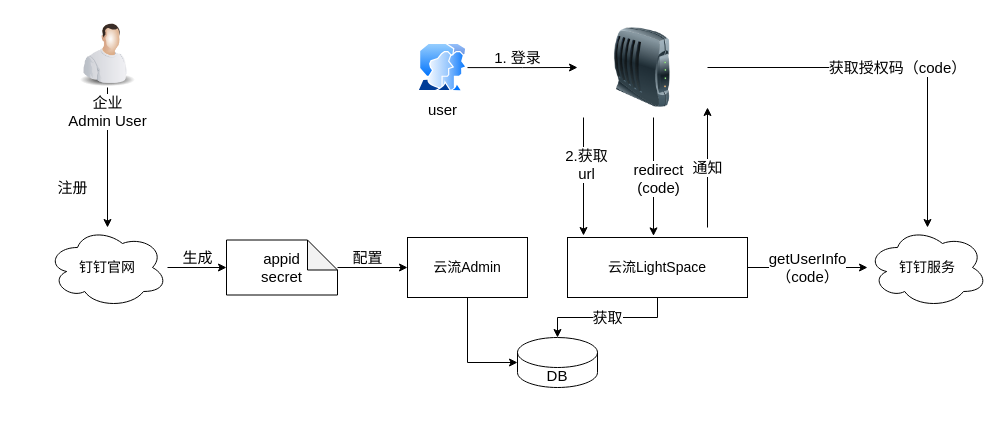
Before: Untitled Diagram.drawio in chenkangzeng/appstreaming, a draw.io diagram. Source tidied: cells renumbered, new cells numbered last; positions are measured from the earlier drawing's top-left corner, leaving out a move shared by most shapes. Both pictures are drawn from the tidied source at 100%, with x=0, y=0 at pixel (47, 17).
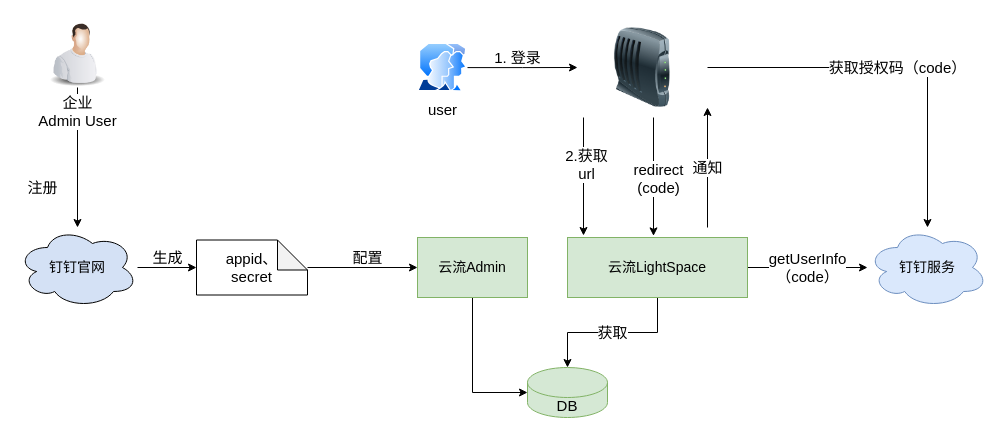
The same page after the edit.

What changed in the source:
```diff
@@
-    <mxCell id="3" value="钉钉官网" style="ellipse;shape=cloud;whiteSpace=wrap;html=1;fontSize=14;" parent="1" vertex="1">
-      <mxGeometry y="210" width="120" height="80" as="geometry" />
+    <mxCell id="3" value="钉钉官网" style="ellipse;shape=cloud;whiteSpace=wrap;html=1;fontSize=14;fillColor=#D4E1F5;" parent="1" vertex="1">
+      <mxGeometry x="-30" y="210" width="120" height="80" as="geometry" />
     </mxCell>
@@
-    <mxCell id="5" value="appid&lt;br style=&quot;font-size: 15px;&quot;&gt;secret" style="shape=note;whiteSpace=wrap;html=1;backgroundOutline=1;darkOpacity=0.05;fontSize=15;" parent="1" vertex="1">
-      <mxGeometry x="179" y="222.5" width="111" height="55" as="geometry" />
+    <mxCell id="5" value="appid、&lt;br&gt;secret" style="shape=note;whiteSpace=wrap;html=1;backgroundOutline=1;darkOpacity=0.05;fontSize=15;" parent="1" vertex="1">
+      <mxGeometry x="149" y="222.5" width="111" height="55" as="geometry" />
     </mxCell>
@@
-    <mxCell id="7" value="云流Admin" style="rounded=0;whiteSpace=wrap;html=1;fontSize=14;" parent="1" vertex="1">
-      <mxGeometry x="360" y="220" width="120" height="60" as="geometry" />
+    <mxCell id="7" value="云流Admin" style="rounded=0;whiteSpace=wrap;html=1;fontSize=14;fillColor=#d5e8d4;strokeColor=#82b366;" parent="1" vertex="1">
+      <mxGeometry x="370" y="220" width="110" height="60" as="geometry" />
     </mxCell>
@@
-    <mxCell id="10" value="云流LightSpace" style="rounded=0;whiteSpace=wrap;html=1;fontSize=14;" parent="1" vertex="1">
+    <mxCell id="10" value="云流LightSpace" style="rounded=0;whiteSpace=wrap;html=1;fontSize=14;fillColor=#d5e8d4;strokeColor=#82b366;" parent="1" vertex="1">
       <mxGeometry x="520" y="220" width="180" height="60" as="geometry" />
     </mxCell>
-    <mxCell id="11" value="DB" style="shape=cylinder3;whiteSpace=wrap;html=1;boundedLbl=1;backgroundOutline=1;size=15;fontSize=15;" parent="1" vertex="1">
-      <mxGeometry x="470" y="320" width="80" height="50" as="geometry" />
+    <mxCell id="11" value="DB" style="shape=cylinder3;whiteSpace=wrap;html=1;boundedLbl=1;backgroundOutline=1;size=15;fontSize=15;fillColor=#d5e8d4;strokeColor=#82b366;" parent="1" vertex="1">
+      <mxGeometry x="480" y="350" width="80" height="50" as="geometry" />
     </mxCell>
-    <mxCell id="12" value="钉钉服务" style="ellipse;shape=cloud;whiteSpace=wrap;html=1;fontSize=14;" parent="1" vertex="1">
+    <mxCell id="12" value="钉钉服务" style="ellipse;shape=cloud;whiteSpace=wrap;html=1;fontSize=14;fillColor=#dae8fc;strokeColor=#6c8ebf;" parent="1" vertex="1">
       <mxGeometry x="820" y="210" width="120" height="80" as="geometry" />
     </mxCell>
@@
     <mxCell id="18" value="企业&lt;br&gt;Admin User" style="image;html=1;image=img/lib/clip_art/people/Worker_Man_128x128.png;fontSize=15;" parent="1" vertex="1">
-      <mxGeometry x="20" width="80" height="70" as="geometry" />
+      <mxGeometry x="-10" width="80" height="70" as="geometry" />
     </mxCell>
     <mxCell id="19" value="注册" style="text;html=1;align=center;verticalAlign=middle;fontSize=15;" parent="1" vertex="1">
-      <mxGeometry y="160" width="50" height="20" as="geometry" />
+      <mxGeometry x="-30" y="160" width="50" height="20" as="geometry" />
     </mxCell>
     <mxCell id="20" value="生成" style="text;html=1;align=center;verticalAlign=middle;fontSize=15;" parent="1" vertex="1">
-      <mxGeometry x="125" y="230" width="50" height="20" as="geometry" />
+      <mxGeometry x="95" y="230" width="50" height="20" as="geometry" />
     </mxCell>
```
